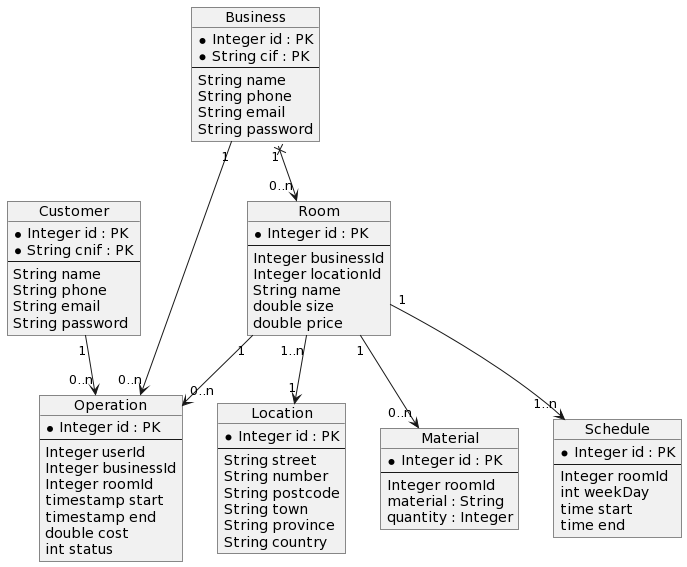
kikegb/ReservaTuSala-back keeps this PlantUML diagram as DB-schema.png. Above is the earlier version. The source it was exported from:
```plantuml
@startuml
object Customer {
    * Integer id : PK
    * String cnif : PK
    --
    String name
    String phone
    String email
    String password
}
object Business {
    * Integer id : PK
    * String cif : PK
    --
    String name
    String phone
    String email
    String password
}
object Room {
    * Integer id : PK
    --
    Integer businessId
    Integer locationId
    String name
    double size
    double price
}
object Location {
    * Integer id : PK
    --
    String street
    String number
    String postcode
    String town
    String province
    String country
}
object Material {
    * Integer id : PK
    --
    Integer roomId
    material : String
    quantity : Integer
}
object Schedule {
    * Integer id : PK
    --
    Integer roomId
    int weekDay
    time start
    time end
}
object Operation {
    * Integer id : PK
    --
    Integer userId
    Integer businessId
    Integer roomId
    timestamp start
    timestamp end
    double cost
    int status
}

Customer "1" --> "0..n" Operation
Business "1" --> "0..n" Operation
Business "1" x--> "0..n" Room
Room "1" --> "1..n" Schedule
Room "1" --> "0..n" Material
Room "1" --> "0..n" Operation
Room "1..n" --> "1" Location
@enduml
```
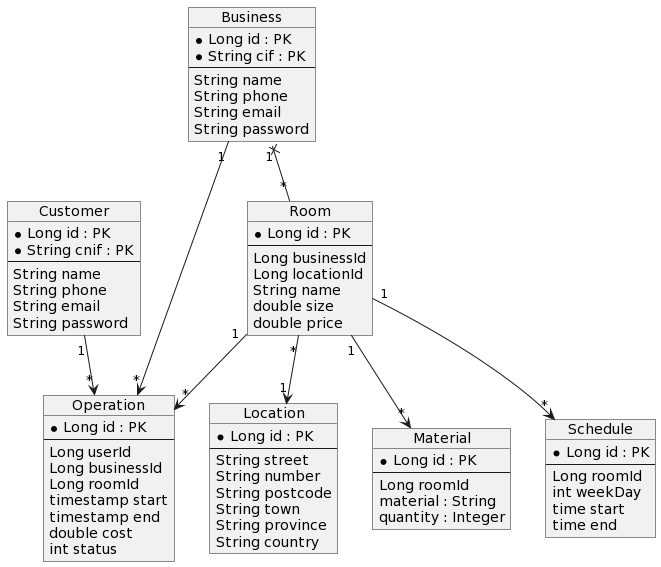
After the change.

Commit message:
change id from Integer to Long

Change to the diagram source:
```diff
@@ -1,6 +1,6 @@
 @startuml
 object Customer {
-    * Integer id : PK
+    * Long id : PK
     * String cnif : PK
     --
     String name
@@ -9,7 +9,7 @@
     String password
 }
 object Business {
-    * Integer id : PK
+    * Long id : PK
     * String cif : PK
     --
     String name
@@ -18,16 +18,16 @@
     String password
 }
 object Room {
-    * Integer id : PK
+    * Long id : PK
     --
-    Integer businessId
-    Integer locationId
+    Long businessId
+    Long locationId
     String name
     double size
     double price
 }
 object Location {
-    * Integer id : PK
+    * Long id : PK
     --
     String street
     String number
@@ -37,37 +37,37 @@
     String country
 }
 object Material {
-    * Integer id : PK
+    * Long id : PK
     --
-    Integer roomId
+    Long roomId
     material : String
     quantity : Integer
 }
 object Schedule {
-    * Integer id : PK
+    * Long id : PK
     --
-    Integer roomId
+    Long roomId
     int weekDay
     time start
     time end
 }
 object Operation {
-    * Integer id : PK
+    * Long id : PK
     --
-    Integer userId
-    Integer businessId
-    Integer roomId
+    Long userId
+    Long businessId
+    Long roomId
     timestamp start
     timestamp end
     double cost
     int status
 }
 
-Customer "1" --> "0..n" Operation
-Business "1" --> "0..n" Operation
-Business "1" x--> "0..n" Room
-Room "1" --> "1..n" Schedule
-Room "1" --> "0..n" Material
-Room "1" --> "0..n" Operation
-Room "1..n" --> "1" Location
+Customer "1" --> "*" Operation
+Business "1" --> "*" Operation
+Business "1" x-- "*" Room
+Room "1" --> "*" Schedule
+Room "1" --> "*" Material
+Room "1" --> "*" Operation
+Room "*" --> "1" Location
 @enduml
```
